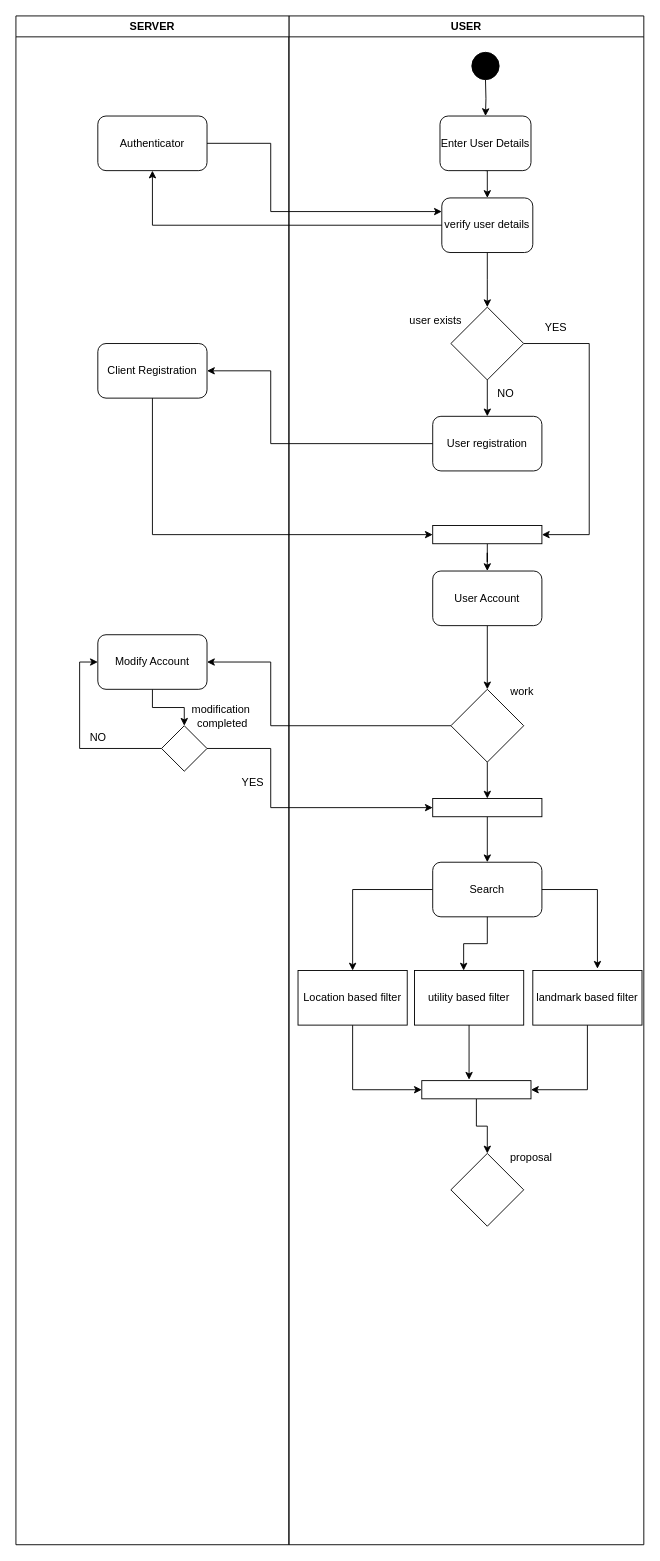
This is Activity Diagram Lab 5.drawio from Jainil2004/SEPM, a draw.io file, before an edit. Source tidied: cells renumbered, new cells numbered last; positions are measured from the earlier drawing's top-left corner, leaving out a move shared by most shapes. Both pictures are drawn from the tidied source at 91%, with x=0, y=0 at pixel (15, 15).
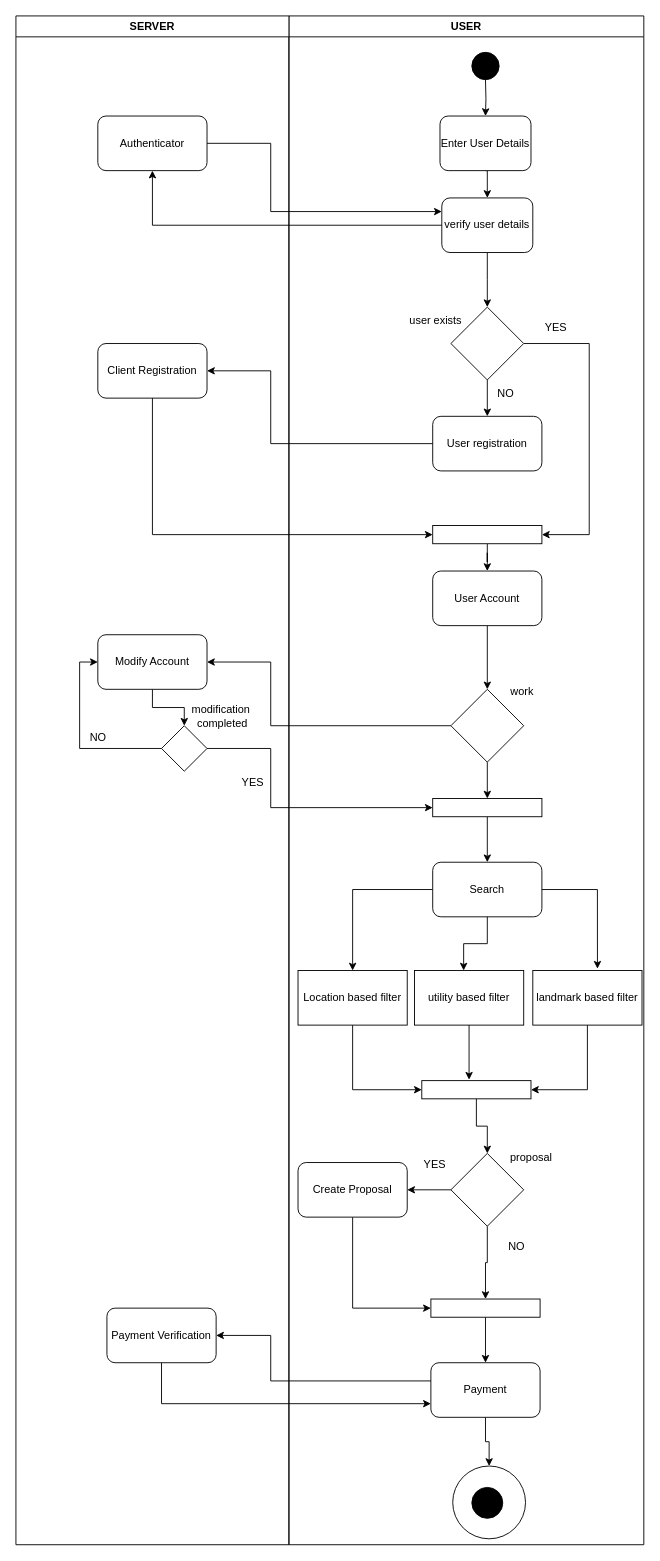
The same page after the edit.

Unchanged cells that the change refers to:
```xml
<mxCell id="2" value="USER" style="swimlane;whiteSpace=wrap;html=1;" parent="1" vertex="1">
  <mxGeometry x="300" width="390" height="1680" as="geometry" />
</mxCell>
<mxCell id="37" style="rhombus;whiteSpace=wrap;html=1;strokeColor=default;align=center;verticalAlign=middle;fontFamily=Helvetica;fontSize=12;fontColor=default;fillColor=default;" parent="2" vertex="1">
  <mxGeometry x="178" y="1250" width="80" height="80" as="geometry" />
</mxCell>
```

What changed in the source:
```diff
@@
+    <mxCell id="55" style="ellipse;whiteSpace=wrap;html=1;strokeColor=default;align=center;verticalAlign=middle;fontFamily=Helvetica;fontSize=12;fontColor=default;fillColor=default;" parent="2" vertex="1">
+      <mxGeometry x="180" y="1593.5" width="80" height="80" as="geometry" />
+    </mxCell>
@@
+    <mxCell id="56" style="edgeStyle=orthogonalEdgeStyle;rounded=0;jettySize=auto;html=1;exitX=0;exitY=0.5;exitDx=0;exitDy=0;entryX=1;entryY=0.5;entryDx=0;entryDy=0;fontFamily=Helvetica;fontSize=12;fontColor=default;" parent="2" edge="1" source="37" target="59">
+      <mxGeometry relative="1" as="geometry" />
+    </mxCell>
+    <mxCell id="57" style="edgeStyle=orthogonalEdgeStyle;rounded=0;jettySize=auto;html=1;entryX=0.5;entryY=0;entryDx=0;entryDy=0;fontFamily=Helvetica;fontSize=12;fontColor=default;" parent="2" edge="1" source="37" target="61">
+      <mxGeometry relative="1" as="geometry" />
+    </mxCell>
@@
+    <mxCell id="58" style="edgeStyle=orthogonalEdgeStyle;rounded=0;jettySize=auto;html=1;entryX=0;entryY=0.5;entryDx=0;entryDy=0;fontFamily=Helvetica;fontSize=12;fontColor=default;" parent="2" edge="1" source="59" target="61">
+      <mxGeometry relative="1" as="geometry">
+        <Array as="points">
+          <mxPoint x="70" y="1420" />
+        </Array>
+      </mxGeometry>
+    </mxCell>
+    <mxCell id="59" value="Create Proposal" style="rounded=1;whiteSpace=wrap;html=1;strokeColor=default;align=center;verticalAlign=middle;fontFamily=Helvetica;fontSize=12;fontColor=default;fillColor=default;" parent="2" vertex="1">
+      <mxGeometry x="10" y="1260" width="120" height="60" as="geometry" />
+    </mxCell>
+    <mxCell id="60" style="edgeStyle=orthogonalEdgeStyle;rounded=0;jettySize=auto;html=1;entryX=0.5;entryY=0;entryDx=0;entryDy=0;fontFamily=Helvetica;fontSize=12;fontColor=default;" parent="2" edge="1" source="61" target="63">
+      <mxGeometry relative="1" as="geometry" />
+    </mxCell>
+    <mxCell id="61" style="rounded=0;whiteSpace=wrap;html=1;strokeColor=default;align=center;verticalAlign=middle;fontFamily=Helvetica;fontSize=12;fontColor=default;fillColor=default;" parent="2" vertex="1">
+      <mxGeometry x="156" y="1410" width="120" height="20" as="geometry" />
+    </mxCell>
+    <mxCell id="62" style="edgeStyle=orthogonalEdgeStyle;rounded=0;jettySize=auto;html=1;entryX=0.5;entryY=0;entryDx=0;entryDy=0;fontFamily=Helvetica;fontSize=12;fontColor=default;" parent="2" edge="1" source="63" target="55">
+      <mxGeometry relative="1" as="geometry" />
+    </mxCell>
+    <mxCell id="63" value="Payment" style="rounded=1;whiteSpace=wrap;html=1;strokeColor=default;align=center;verticalAlign=middle;fontFamily=Helvetica;fontSize=12;fontColor=default;fillColor=default;" parent="2" vertex="1">
+      <mxGeometry x="156" y="1480" width="120" height="60" as="geometry" />
+    </mxCell>
+    <mxCell id="64" style="ellipse;whiteSpace=wrap;html=1;strokeColor=default;align=center;verticalAlign=middle;fontFamily=Helvetica;fontSize=12;fontColor=default;fillColor=#000000;" parent="2" vertex="1">
+      <mxGeometry x="201" y="1617" width="34" height="34" as="geometry" />
+    </mxCell>
@@
+    <mxCell id="65" value="YES" style="text;html=1;align=center;verticalAlign=middle;strokeColor=none;fillColor=none;fontFamily=Helvetica;fontSize=12;fontColor=default;" parent="1" vertex="1">
+      <mxGeometry x="435" y="1248" width="50" height="30" as="geometry" />
+    </mxCell>
+    <mxCell id="66" value="NO" style="text;html=1;align=center;verticalAlign=middle;strokeColor=none;fillColor=none;fontFamily=Helvetica;fontSize=12;fontColor=default;" parent="1" vertex="1">
+      <mxGeometry x="530" y="1338" width="40" height="30" as="geometry" />
+    </mxCell>
+    <mxCell id="67" style="edgeStyle=orthogonalEdgeStyle;rounded=0;jettySize=auto;html=1;entryX=0;entryY=0.75;entryDx=0;entryDy=0;fontFamily=Helvetica;fontSize=12;fontColor=default;" parent="1" edge="1" source="68" target="63">
+      <mxGeometry relative="1" as="geometry">
+        <Array as="points">
+          <mxPoint x="160" y="1525" />
+        </Array>
+      </mxGeometry>
+    </mxCell>
+    <mxCell id="68" value="Payment Verification" style="rounded=1;whiteSpace=wrap;html=1;strokeColor=default;align=center;verticalAlign=middle;fontFamily=Helvetica;fontSize=12;fontColor=default;fillColor=default;" parent="1" vertex="1">
+      <mxGeometry x="100" y="1420" width="120" height="60" as="geometry" />
+    </mxCell>
+    <mxCell id="69" style="edgeStyle=orthogonalEdgeStyle;rounded=0;jettySize=auto;html=1;entryX=1;entryY=0.5;entryDx=0;entryDy=0;fontFamily=Helvetica;fontSize=12;fontColor=default;" parent="1" edge="1" source="63" target="68">
+      <mxGeometry relative="1" as="geometry">
+        <Array as="points">
+          <mxPoint x="280" y="1500" />
+          <mxPoint x="280" y="1450" />
+        </Array>
+      </mxGeometry>
+    </mxCell>
```
